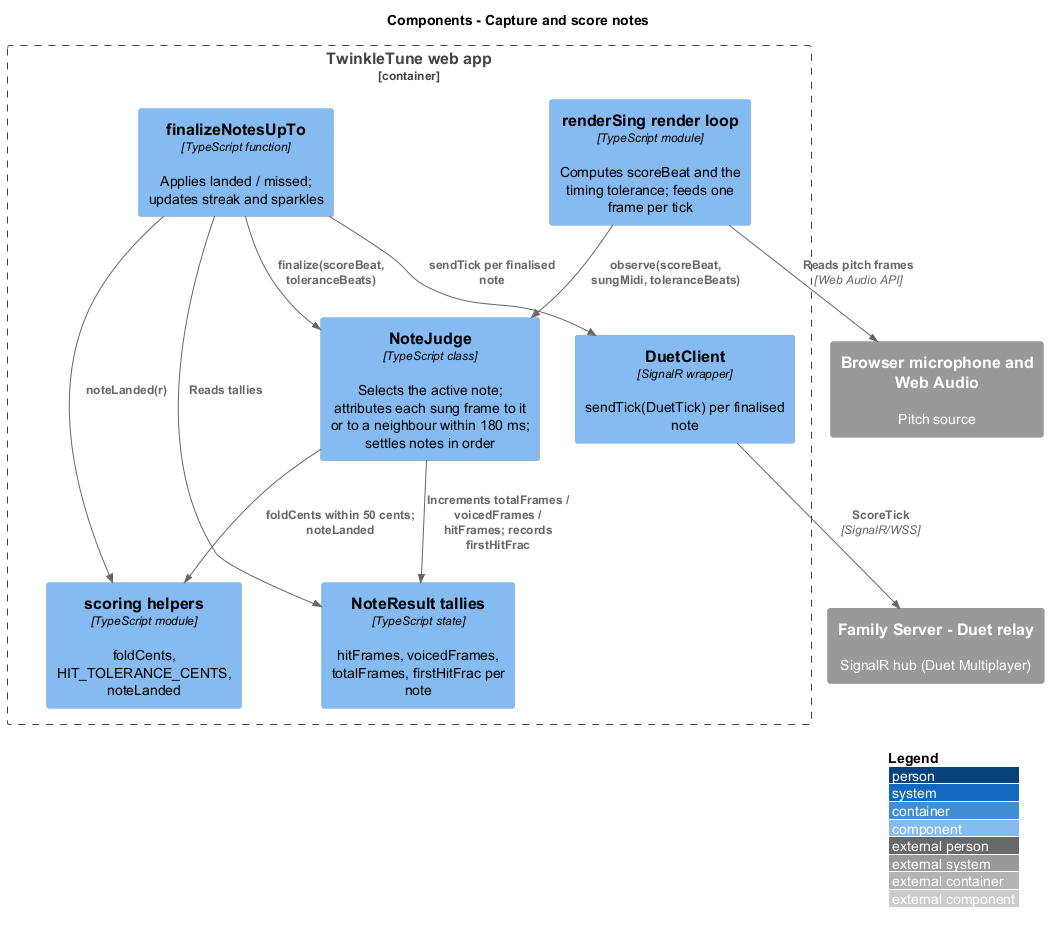
Earlier version of the PlantUML export docs/detailed-designs/singing-gameplay/capture-and-score-notes/diagrams/c4-component.png (QuinntyneBrown/TwinkleTune).
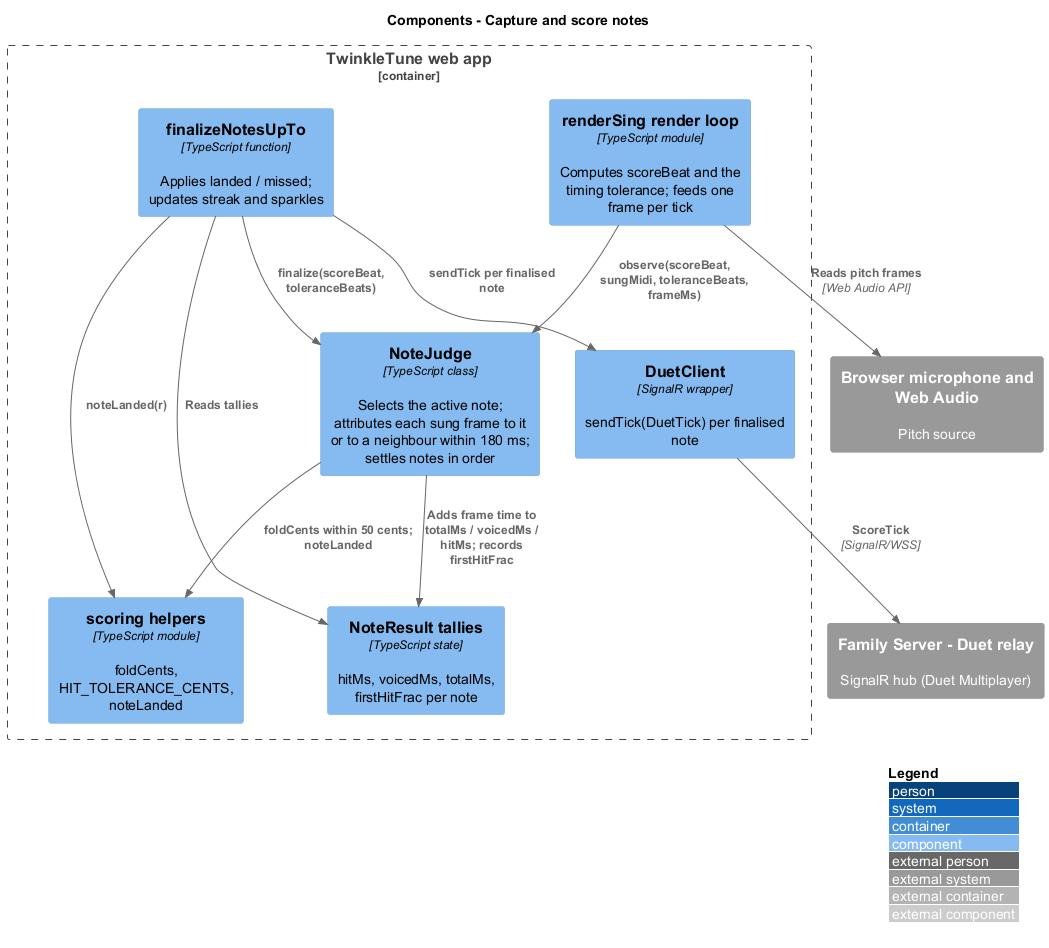
After the change.

Change to the diagram source:
```diff
@@ -6,7 +6,7 @@
 Container_Boundary(web, "TwinkleTune web app") {
   Component(loop, "renderSing render loop", "TypeScript module", "Computes scoreBeat and the timing tolerance; feeds one frame per tick")
   Component(judge, "NoteJudge", "TypeScript class", "Selects the active note; attributes each sung frame to it or to a neighbour within 180 ms; settles notes in order")
-  Component(results, "NoteResult tallies", "TypeScript state", "hitFrames, voicedFrames, totalFrames, firstHitFrac per note")
+  Component(results, "NoteResult tallies", "TypeScript state", "hitMs, voicedMs, totalMs, firstHitFrac per note")
   Component(scoring, "scoring helpers", "TypeScript module", "foldCents, HIT_TOLERANCE_CENTS, noteLanded")
   Component(finalize, "finalizeNotesUpTo", "TypeScript function", "Applies landed / missed; updates streak and sparkles")
   Component(duet, "DuetClient", "SignalR wrapper", "sendTick(DuetTick) per finalised note")
@@ -15,9 +15,9 @@
 System_Ext(hub, "Family Server - Duet relay", "SignalR hub (Duet Multiplayer)")
 
 Rel(loop, mic, "Reads pitch frames", "Web Audio API")
-Rel(loop, judge, "observe(scoreBeat, sungMidi, toleranceBeats)")
+Rel(loop, judge, "observe(scoreBeat, sungMidi, toleranceBeats, frameMs)")
 Rel(judge, scoring, "foldCents within 50 cents; noteLanded")
-Rel(judge, results, "Increments totalFrames / voicedFrames / hitFrames; records firstHitFrac")
+Rel(judge, results, "Adds frame time to totalMs / voicedMs / hitMs; records firstHitFrac")
 Rel(finalize, judge, "finalize(scoreBeat, toleranceBeats)")
 Rel(finalize, results, "Reads tallies")
 Rel(finalize, scoring, "noteLanded(r)")
```
